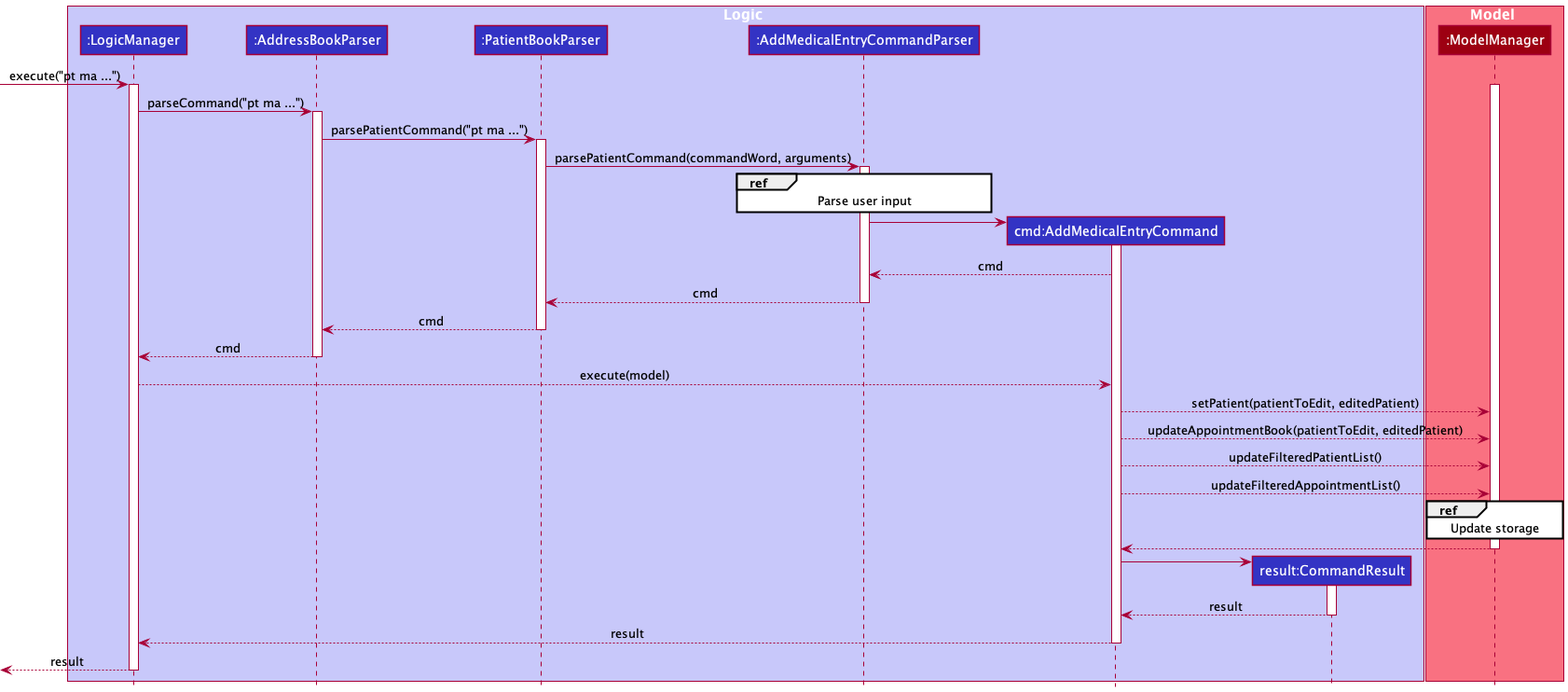
AY2122S1-CS2103-W14-1/tp keeps this PlantUML diagram as docs/diagrams/AddMedicalEntryFeatureSequenceDiagram.png. Above is the earlier version.
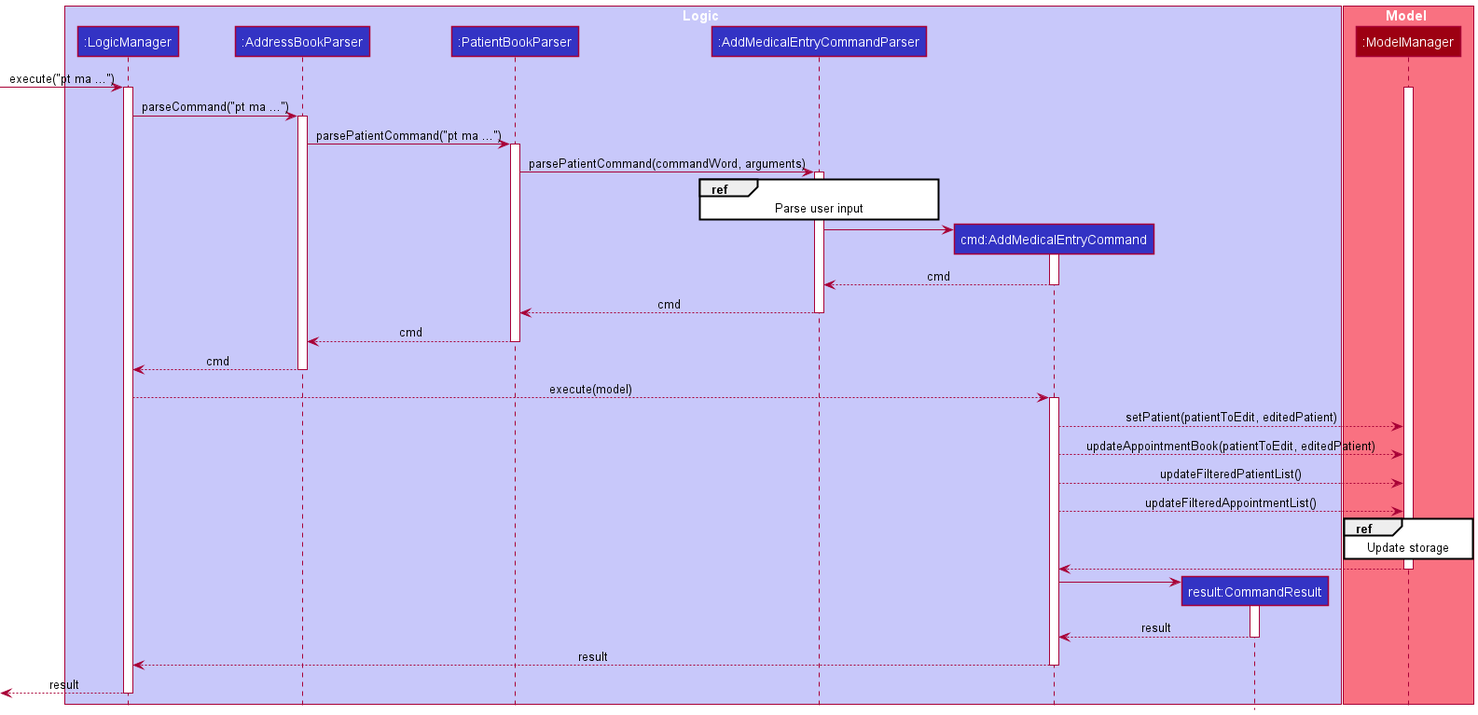
After the change.

What changed in the source:
```diff
@@ -35,6 +35,7 @@
 activate AddMedicalEntryCommand
 
 AddMedicalEntryCommand --> AddMedicalEntryCommandParser : cmd
+deactivate AddMedicalEntryCommand
 AddMedicalEntryCommandParser --> PatientBookParser : cmd
 deactivate AddMedicalEntryCommandParser
 PatientBookParser --> AddressBookParser : cmd
@@ -42,6 +43,7 @@
 AddressBookParser --> LogicManager : cmd
 deactivate AddressBookParser
 LogicManager --> AddMedicalEntryCommand : execute(model)
+activate AddMedicalEntryCommand
 
 
 AddMedicalEntryCommand --> ModelManager : setPatient(patientToEdit, editedPatient)
```
